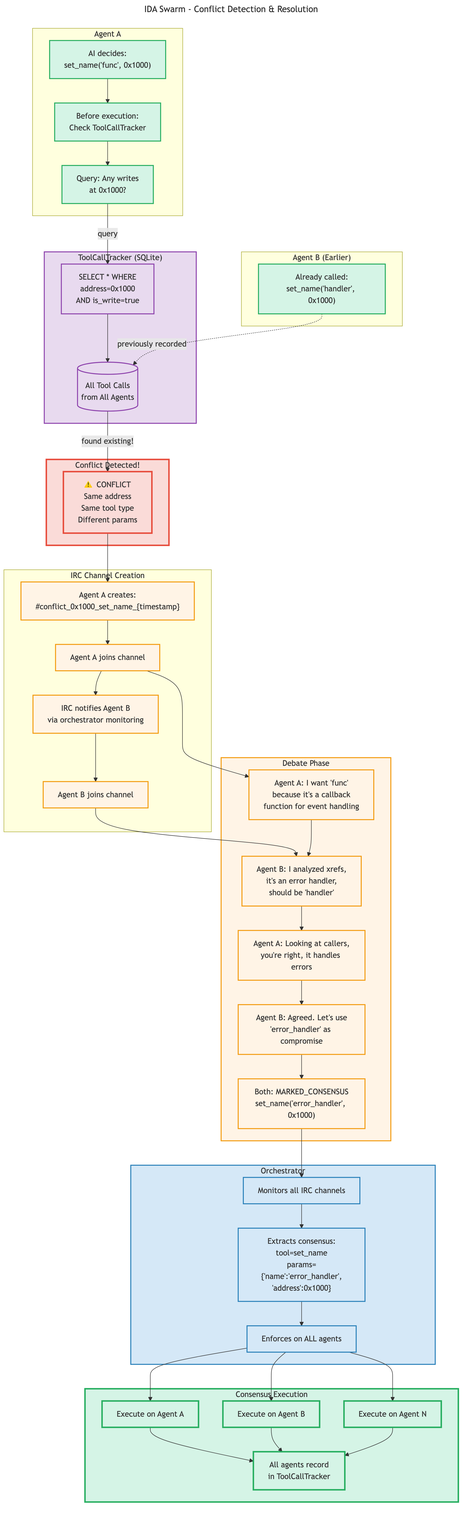
Earlier version of the Mermaid export docs/generated/architecture-conflict.png (shells-above/ida-swarm). Its source is kept beside it as docs/architecture-conflict.mmd.
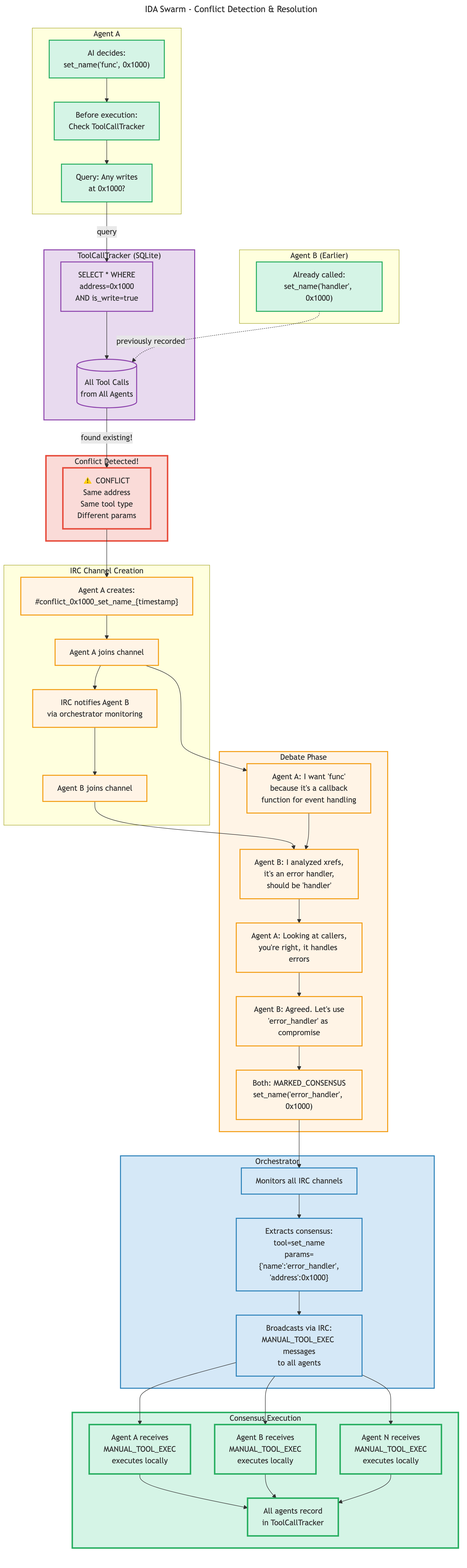
The same file after the commit.

Diff of the diagram source:
```diff
@@ -39,13 +39,13 @@
     subgraph orchestrator["Orchestrator"]
         monitor["Monitors all IRC channels"]
         extract["Extracts consensus:<br/>tool=set_name<br/>params={'name':'error_handler',<br/>'address':0x1000}"]
-        enforce["Enforces on ALL agents"]
+        broadcast["Broadcasts via IRC:<br/>MANUAL_TOOL_EXEC messages<br/>to all agents"]
     end
 
     subgraph execution["Consensus Execution"]
-        exec_a["Execute on Agent A"]
-        exec_b["Execute on Agent B"]
-        exec_n["Execute on Agent N"]
+        exec_a["Agent A receives<br/>MANUAL_TOOL_EXEC<br/>executes locally"]
+        exec_b["Agent B receives<br/>MANUAL_TOOL_EXEC<br/>executes locally"]
+        exec_n["Agent N receives<br/>MANUAL_TOOL_EXEC<br/>executes locally"]
         record["All agents record<br/>in ToolCallTracker"]
     end
 
@@ -69,10 +69,10 @@
 
     consensus --> monitor
     monitor --> extract
-    extract --> enforce
-    enforce --> exec_a
-    enforce --> exec_b
-    enforce --> exec_n
+    extract --> broadcast
+    broadcast --> exec_a
+    broadcast --> exec_b
+    broadcast --> exec_n
     exec_a --> record
     exec_b --> record
     exec_n --> record
@@ -87,6 +87,6 @@
     class a1,a2,a3,b_past agentStyle
     class conflict,conflict_detect conflictStyle
     class create_chan,join_a,notify_b,join_b,a_msg1,b_msg1,a_msg2,b_msg2,consensus,debate ircStyle
-    class monitor,extract,enforce,orchestrator orchStyle
+    class monitor,extract,broadcast,orchestrator orchStyle
     class db,query,tracker dbStyle
     class exec_a,exec_b,exec_n,record,execution successStyle
```
